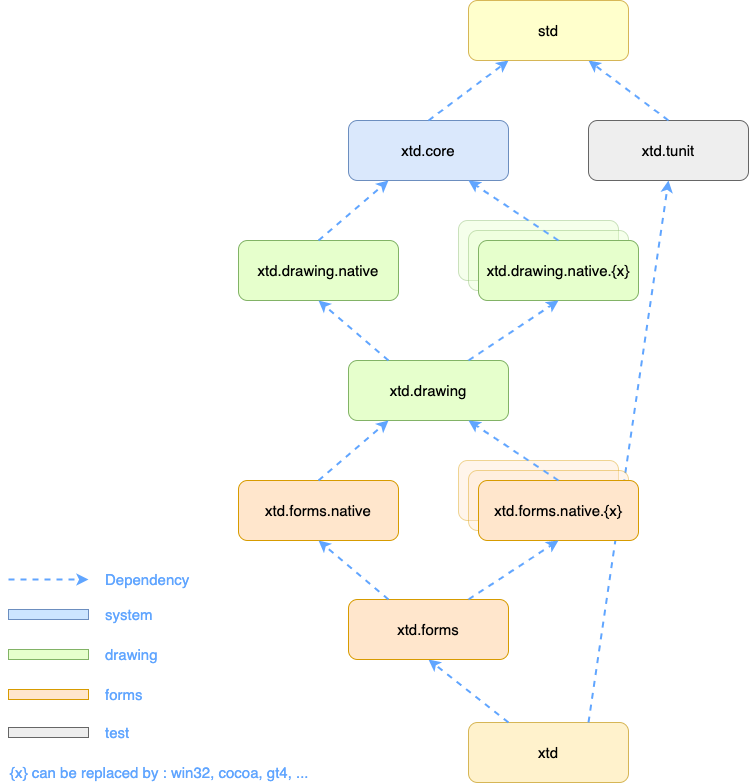
The draw.io diagram docs/pictures/hierarchy.png in gammasoft71/xtd, before a commit. Source tidied: cells renumbered, new cells last; positions are measured from the earlier drawing's top-left corner, leaving out a move shared by most shapes.
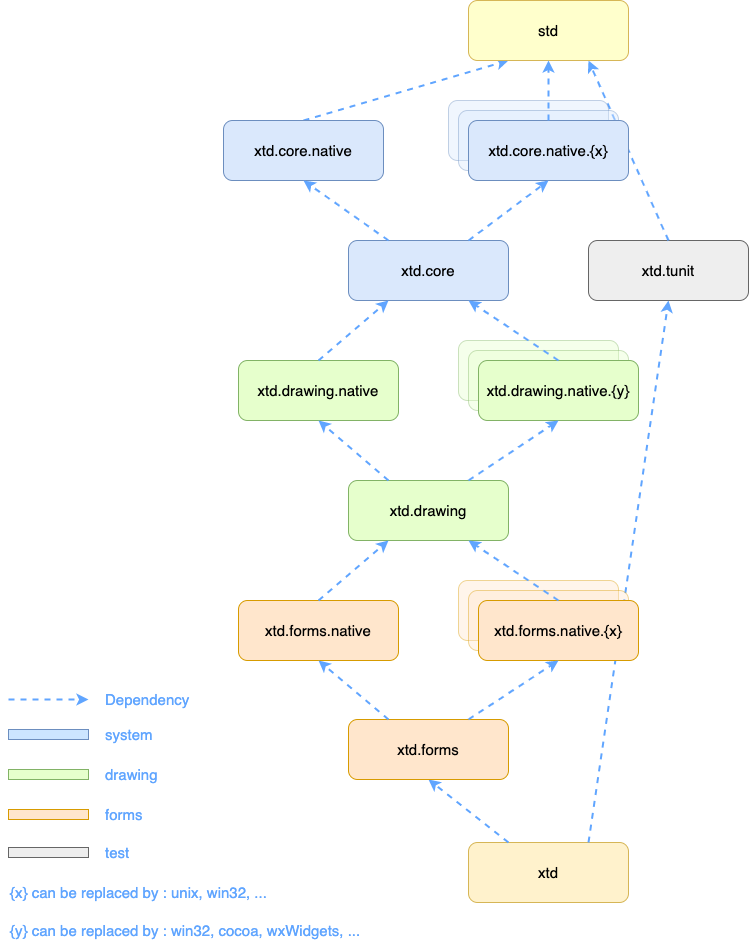
Later version of the same file.

Diff of the diagram source:
```diff
@@ -8,7 +8,7 @@
     <mxCell id="3" style="rounded=1;whiteSpace=wrap;html=1;fillColor=#FFE6CC;strokeColor=#d79b00;fontSize=15;opacity=40;" parent="1" vertex="1">
       <mxGeometry x="450" y="460" width="160" height="60" as="geometry" />
     </mxCell>
-    <mxCell id="4" style="endArrow=classic;dashed=1;html=1;entryX=0.25;entryY=1;exitX=0.5;exitY=0;startArrow=none;startFill=0;endFill=1;fontSize=15;entryDx=0;entryDy=0;exitDx=0;exitDy=0;strokeColor=#60A5FF;strokeWidth=2;" parent="1" edge="1" source="2" target="19">
+    <mxCell id="4" style="endArrow=classic;dashed=1;html=1;entryX=0.25;entryY=1;exitX=0.5;exitY=0;startArrow=none;startFill=0;endFill=1;fontSize=15;entryDx=0;entryDy=0;exitDx=0;exitDy=0;strokeColor=#60A5FF;strokeWidth=2;" parent="1" edge="1" source="40" target="19">
       <mxGeometry relative="1" as="geometry" />
     </mxCell>
     <mxCell id="5" style="endArrow=classic;dashed=1;html=1;endFill=1;fontSize=15;strokeColor=#60A5FF;strokeWidth=2;" parent="1" edge="1">
@@ -57,7 +57,7 @@
       <mxGeometry relative="1" as="geometry" />
     </mxCell>
     <mxCell id="19" value="&lt;span&gt;std&lt;/span&gt;" style="rounded=1;whiteSpace=wrap;html=1;strokeColor=#d6b656;fontSize=15;fillColor=#FFFFCC;" parent="1" vertex="1">
-      <mxGeometry x="460" width="160" height="60" as="geometry" />
+      <mxGeometry x="460" y="-120" width="160" height="60" as="geometry" />
     </mxCell>
     <mxCell id="20" style="rounded=0;whiteSpace=wrap;html=1;fillColor=#EEEEEE;strokeColor=#666666;fontSize=15;" parent="1" vertex="1">
       <mxGeometry y="727" width="80" height="10" as="geometry" />
@@ -95,7 +95,7 @@
     <mxCell id="31" style="rounded=1;whiteSpace=wrap;html=1;fontSize=15;fillColor=#E6FFCC;strokeColor=#82B366;opacity=40;" parent="1" vertex="1">
       <mxGeometry x="460" y="230" width="160" height="60" as="geometry" />
     </mxCell>
-    <mxCell id="32" value="xtd.drawing.native.{x}" style="rounded=1;whiteSpace=wrap;html=1;fontSize=15;fillColor=#E6FFCC;strokeColor=#82B366;" parent="1" vertex="1">
+    <mxCell id="32" value="xtd.drawing.native.{y}" style="rounded=1;whiteSpace=wrap;html=1;fontSize=15;fillColor=#E6FFCC;strokeColor=#82B366;" parent="1" vertex="1">
       <mxGeometry x="470" y="240" width="160" height="60" as="geometry" />
     </mxCell>
     <mxCell id="33" style="endArrow=classic;dashed=1;html=1;entryX=0.75;entryY=1;exitX=0.5;exitY=0;endFill=1;fontSize=15;entryDx=0;entryDy=0;exitDx=0;exitDy=0;strokeColor=#60A5FF;strokeWidth=2;" parent="1" edge="1" source="32" target="2">
@@ -110,11 +110,35 @@
     <mxCell id="36" style="endArrow=classic;dashed=1;html=1;endFill=1;fontSize=15;entryX=0.5;entryY=1;entryDx=0;entryDy=0;exitX=0.75;exitY=0;exitDx=0;exitDy=0;strokeColor=#60A5FF;strokeWidth=2;" parent="1" edge="1" source="28" target="32">
       <mxGeometry relative="1" as="geometry" />
     </mxCell>
-    <mxCell id="37" value="{x} can be replaced by : win32, cocoa, gt4, ..." style="text;html=1;strokeColor=none;fillColor=none;align=left;verticalAlign=middle;whiteSpace=wrap;fontSize=15;fontColor=#60A5FF;" parent="1" vertex="1">
+    <mxCell id="37" value="{x} can be replaced by : unix, win32, ..." style="text;html=1;strokeColor=none;fillColor=none;align=left;verticalAlign=middle;whiteSpace=wrap;fontSize=15;fontColor=#60A5FF;" parent="1" vertex="1">
       <mxGeometry y="762" width="320" height="20" as="geometry" />
     </mxCell>
     <mxCell id="38" style="endArrow=classic;dashed=1;html=1;endFill=1;fontSize=15;entryX=0.5;entryY=1;entryDx=0;entryDy=0;exitX=0.25;exitY=0;exitDx=0;exitDy=0;strokeColor=#60A5FF;strokeWidth=2;" parent="1" edge="1" source="28" target="29">
       <mxGeometry relative="1" as="geometry" />
     </mxCell>
+    <mxCell id="39" style="rounded=1;whiteSpace=wrap;html=1;fontSize=15;fillColor=#dae8fc;strokeColor=#6c8ebf;opacity=40;" parent="1" vertex="1">
+      <mxGeometry x="440" y="-20" width="160" height="60" as="geometry" />
+    </mxCell>
+    <mxCell id="40" value="xtd.core.native" style="rounded=1;whiteSpace=wrap;html=1;fontSize=15;fillColor=#dae8fc;strokeColor=#6c8ebf;" parent="1" vertex="1">
+      <mxGeometry x="215" width="160" height="60" as="geometry" />
+    </mxCell>
+    <mxCell id="41" style="rounded=1;whiteSpace=wrap;html=1;fontSize=15;fillColor=#dae8fc;strokeColor=#6c8ebf;opacity=40;" parent="1" vertex="1">
+      <mxGeometry x="450" y="-10" width="160" height="60" as="geometry" />
+    </mxCell>
+    <mxCell id="42" value="xtd.core.native.{x}" style="rounded=1;whiteSpace=wrap;html=1;fontSize=15;fillColor=#dae8fc;strokeColor=#6c8ebf;" parent="1" vertex="1">
+      <mxGeometry x="460" width="160" height="60" as="geometry" />
+    </mxCell>
+    <mxCell id="43" style="endArrow=classic;dashed=1;html=1;entryX=0.5;entryY=1;exitX=0.5;exitY=0;startArrow=none;startFill=0;endFill=1;fontSize=15;entryDx=0;entryDy=0;exitDx=0;exitDy=0;strokeColor=#60A5FF;strokeWidth=2;" parent="1" edge="1" source="42" target="19">
+      <mxGeometry relative="1" as="geometry" />
+    </mxCell>
+    <mxCell id="44" value="{y} can be replaced by : win32, cocoa, wxWidgets, ..." style="text;html=1;strokeColor=none;fillColor=none;align=left;verticalAlign=middle;whiteSpace=wrap;fontSize=15;fontColor=#60A5FF;" parent="1" vertex="1">
+      <mxGeometry y="800" width="360" height="20" as="geometry" />
+    </mxCell>
+    <mxCell id="45" style="endArrow=classic;dashed=1;html=1;endFill=1;fontSize=15;entryX=0.5;entryY=1;entryDx=0;entryDy=0;exitX=0.25;exitY=0;exitDx=0;exitDy=0;strokeColor=#60A5FF;strokeWidth=2;" parent="1" edge="1" source="2" target="40">
+      <mxGeometry relative="1" as="geometry" />
+    </mxCell>
+    <mxCell id="46" style="endArrow=classic;dashed=1;html=1;endFill=1;fontSize=15;entryX=0.5;entryY=1;entryDx=0;entryDy=0;exitX=0.75;exitY=0;exitDx=0;exitDy=0;strokeColor=#60A5FF;strokeWidth=2;" parent="1" edge="1" source="2" target="42">
+      <mxGeometry relative="1" as="geometry" />
+    </mxCell>
   </root>
 </mxGraphModel>
```
